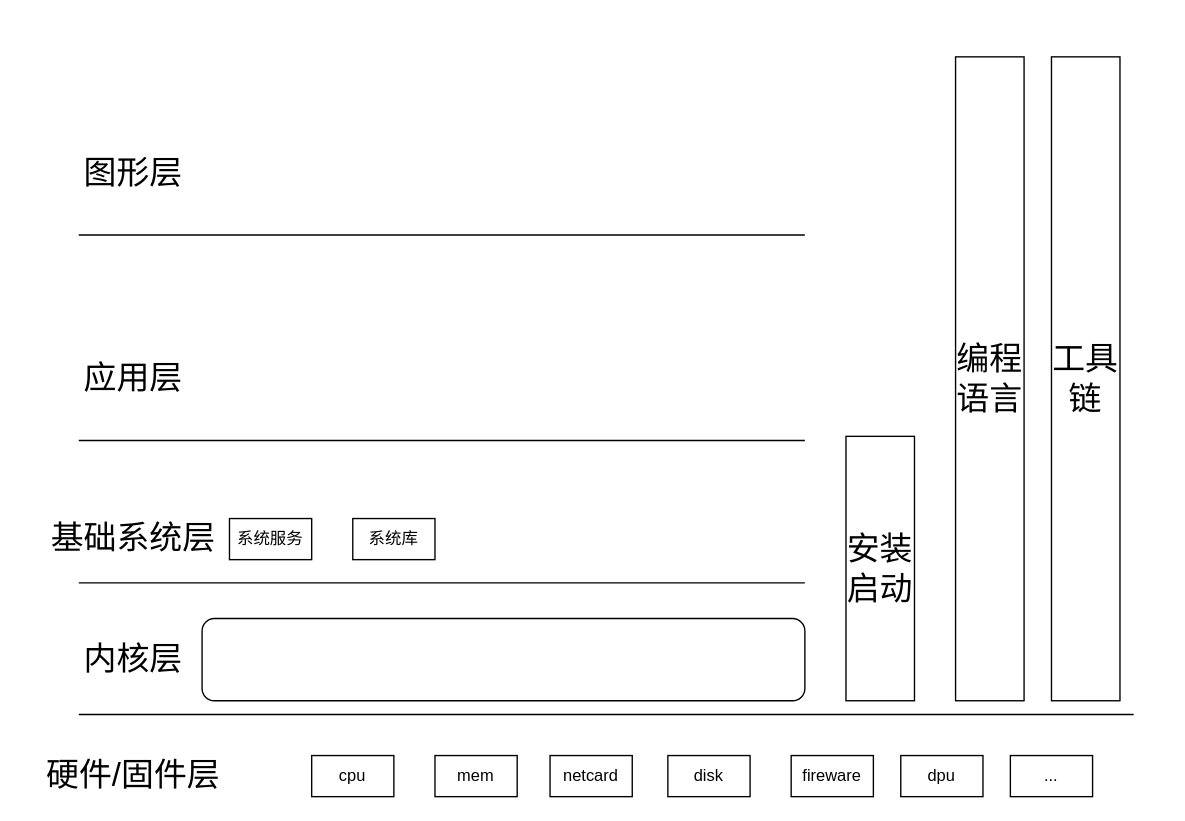
Forrest-ly/os-layer keeps this draw.io diagram as Untitled Diagram.drawio. Above is the earlier version. Source tidied: cells renumbered, new cells numbered last; positions are measured from the earlier drawing's top-left corner, leaving out a move shared by most shapes. Both pictures are drawn from the tidied source at 137%, with x=0, y=0 at pixel (23, 56).
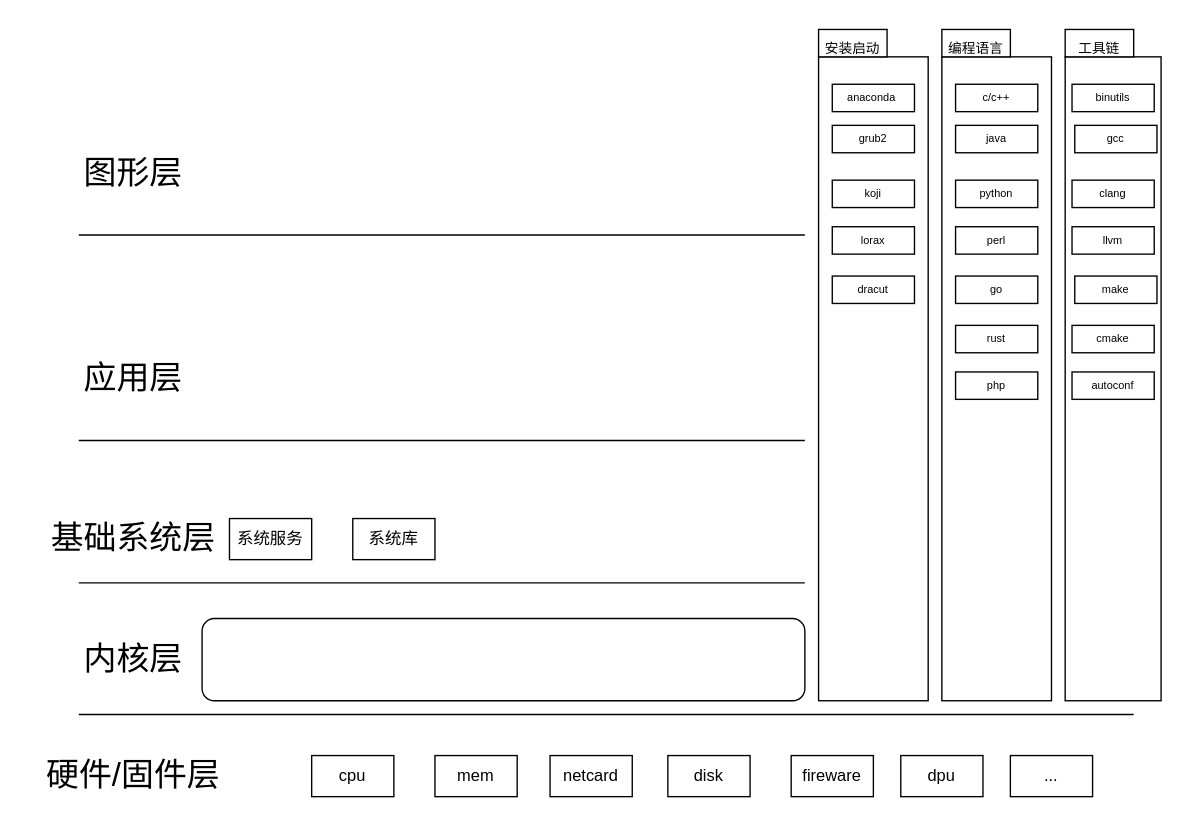
Above is the later version.

What changed in the source:
```diff
@@
-    <mxCell id="21" value="安装启动" style="rounded=0;whiteSpace=wrap;html=1;fontSize=24;" parent="1" vertex="1">
-      <mxGeometry x="600" y="277" width="50" height="193" as="geometry" />
+    <mxCell id="21" style="rounded=0;whiteSpace=wrap;html=1;fontSize=24;" parent="1" vertex="1">
+      <mxGeometry x="580" width="80" height="470" as="geometry" />
     </mxCell>
-    <mxCell id="22" value="工具链" style="rounded=0;whiteSpace=wrap;html=1;fontSize=24;" parent="1" vertex="1">
-      <mxGeometry x="750" width="50" height="470" as="geometry" />
+    <mxCell id="22" style="rounded=0;whiteSpace=wrap;html=1;fontSize=24;" parent="1" vertex="1">
+      <mxGeometry x="760" width="70" height="470" as="geometry" />
     </mxCell>
-    <mxCell id="23" value="编程语言" style="rounded=0;whiteSpace=wrap;html=1;fontSize=24;" parent="1" vertex="1">
-      <mxGeometry x="680" width="50" height="470" as="geometry" />
+    <mxCell id="23" style="rounded=0;whiteSpace=wrap;html=1;fontSize=24;" parent="1" vertex="1">
+      <mxGeometry x="670" width="80" height="470" as="geometry" />
     </mxCell>
+    <mxCell id="24" value="&lt;font style=&quot;font-size: 10px&quot;&gt;安装启动&lt;/font&gt;" style="rounded=0;whiteSpace=wrap;html=1;fontSize=24;" parent="1" vertex="1">
+      <mxGeometry x="580" y="-20" width="50" height="20" as="geometry" />
+    </mxCell>
+    <mxCell id="25" value="&lt;font style=&quot;font-size: 8px&quot;&gt;anaconda&amp;nbsp;&lt;/font&gt;" style="rounded=0;whiteSpace=wrap;html=1;fontSize=8;" parent="1" vertex="1">
+      <mxGeometry x="590" y="20" width="60" height="20" as="geometry" />
+    </mxCell>
+    <mxCell id="26" value="grub2" style="rounded=0;whiteSpace=wrap;html=1;fontSize=8;" parent="1" vertex="1">
+      <mxGeometry x="590" y="50" width="60" height="20" as="geometry" />
+    </mxCell>
+    <mxCell id="27" value="koji" style="rounded=0;whiteSpace=wrap;html=1;fontSize=8;" parent="1" vertex="1">
+      <mxGeometry x="590" y="90" width="60" height="20" as="geometry" />
+    </mxCell>
+    <mxCell id="28" value="lorax" style="rounded=0;whiteSpace=wrap;html=1;fontSize=8;" parent="1" vertex="1">
+      <mxGeometry x="590" y="124" width="60" height="20" as="geometry" />
+    </mxCell>
+    <mxCell id="29" value="dracut" style="rounded=0;whiteSpace=wrap;html=1;fontSize=8;" parent="1" vertex="1">
+      <mxGeometry x="590" y="160" width="60" height="20" as="geometry" />
+    </mxCell>
+    <mxCell id="30" value="&lt;span style=&quot;font-size: 10px&quot;&gt;编程语言&lt;/span&gt;" style="rounded=0;whiteSpace=wrap;html=1;fontSize=24;" parent="1" vertex="1">
+      <mxGeometry x="670" y="-20" width="50" height="20" as="geometry" />
+    </mxCell>
+    <mxCell id="31" value="&lt;span style=&quot;font-size: 10px&quot;&gt;工具链&lt;/span&gt;" style="rounded=0;whiteSpace=wrap;html=1;fontSize=24;" parent="1" vertex="1">
+      <mxGeometry x="760" y="-20" width="50" height="20" as="geometry" />
+    </mxCell>
+    <mxCell id="32" value="&lt;font style=&quot;font-size: 8px&quot;&gt;c/c++&lt;/font&gt;" style="rounded=0;whiteSpace=wrap;html=1;fontSize=8;" parent="1" vertex="1">
+      <mxGeometry x="680" y="20" width="60" height="20" as="geometry" />
+    </mxCell>
+    <mxCell id="33" value="&lt;font style=&quot;font-size: 8px&quot;&gt;java&lt;/font&gt;" style="rounded=0;whiteSpace=wrap;html=1;fontSize=8;" parent="1" vertex="1">
+      <mxGeometry x="680" y="50" width="60" height="20" as="geometry" />
+    </mxCell>
+    <mxCell id="34" value="&lt;font style=&quot;font-size: 8px&quot;&gt;python&lt;/font&gt;" style="rounded=0;whiteSpace=wrap;html=1;fontSize=8;" parent="1" vertex="1">
+      <mxGeometry x="680" y="90" width="60" height="20" as="geometry" />
+    </mxCell>
+    <mxCell id="35" value="&lt;font style=&quot;font-size: 8px&quot;&gt;go&lt;/font&gt;" style="rounded=0;whiteSpace=wrap;html=1;fontSize=8;" parent="1" vertex="1">
+      <mxGeometry x="680" y="160" width="60" height="20" as="geometry" />
+    </mxCell>
+    <mxCell id="36" value="&lt;font style=&quot;font-size: 8px&quot;&gt;rust&lt;/font&gt;" style="rounded=0;whiteSpace=wrap;html=1;fontSize=8;" parent="1" vertex="1">
+      <mxGeometry x="680" y="196" width="60" height="20" as="geometry" />
+    </mxCell>
+    <mxCell id="37" value="perl" style="rounded=0;whiteSpace=wrap;html=1;fontSize=8;" parent="1" vertex="1">
+      <mxGeometry x="680" y="124" width="60" height="20" as="geometry" />
+    </mxCell>
+    <mxCell id="38" value="php" style="rounded=0;whiteSpace=wrap;html=1;fontSize=8;" parent="1" vertex="1">
+      <mxGeometry x="680" y="230" width="60" height="20" as="geometry" />
+    </mxCell>
+    <mxCell id="39" value="&lt;font style=&quot;font-size: 8px&quot;&gt;binutils&lt;/font&gt;" style="rounded=0;whiteSpace=wrap;html=1;fontSize=8;" parent="1" vertex="1">
+      <mxGeometry x="765" y="20" width="60" height="20" as="geometry" />
+    </mxCell>
+    <mxCell id="40" value="&lt;font style=&quot;font-size: 8px&quot;&gt;gcc&lt;/font&gt;" style="rounded=0;whiteSpace=wrap;html=1;fontSize=8;" parent="1" vertex="1">
+      <mxGeometry x="767" y="50" width="60" height="20" as="geometry" />
+    </mxCell>
+    <mxCell id="41" value="&lt;font style=&quot;font-size: 8px&quot;&gt;clang&lt;/font&gt;" style="rounded=0;whiteSpace=wrap;html=1;fontSize=8;" parent="1" vertex="1">
+      <mxGeometry x="765" y="90" width="60" height="20" as="geometry" />
+    </mxCell>
+    <mxCell id="42" value="&lt;font style=&quot;font-size: 8px&quot;&gt;llvm&lt;/font&gt;" style="rounded=0;whiteSpace=wrap;html=1;fontSize=8;" parent="1" vertex="1">
+      <mxGeometry x="765" y="124" width="60" height="20" as="geometry" />
+    </mxCell>
+    <mxCell id="43" value="&lt;font style=&quot;font-size: 8px&quot;&gt;make&lt;br&gt;&lt;/font&gt;" style="rounded=0;whiteSpace=wrap;html=1;fontSize=8;" parent="1" vertex="1">
+      <mxGeometry x="767" y="160" width="60" height="20" as="geometry" />
+    </mxCell>
+    <mxCell id="44" value="&lt;font style=&quot;font-size: 8px&quot;&gt;cmake&lt;br&gt;&lt;/font&gt;" style="rounded=0;whiteSpace=wrap;html=1;fontSize=8;" parent="1" vertex="1">
+      <mxGeometry x="765" y="196" width="60" height="20" as="geometry" />
+    </mxCell>
+    <mxCell id="45" value="&lt;font style=&quot;font-size: 8px&quot;&gt;autoconf&lt;br&gt;&lt;/font&gt;" style="rounded=0;whiteSpace=wrap;html=1;fontSize=8;" parent="1" vertex="1">
+      <mxGeometry x="765" y="230" width="60" height="20" as="geometry" />
+    </mxCell>
```
